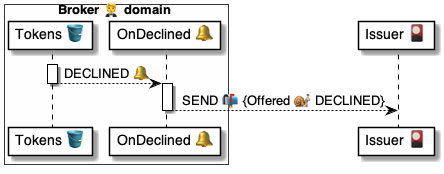
Before: 4 ⚙️ Solution/20 🧑‍🦰 UI/Brokers 🤵/🤵🪣 Broker tables/Tokens 🎫 table/🪣🧱 14 Declined 🔔 event/🤵 OnTokenDeclined ⚙️ uml.png, a diagram exported from PlantUML (pollyweb-org/pollyweb-docs). Its source is kept beside it as 4 ⚙️ Solution/20 🧑‍🦰 UI/Brokers 🤵/🤵🪣 Broker tables/Tokens 🎫 table/🪣🧱 14 Declined 🔔 event/🤵 OnTokenDeclined ⚙️ uml.puml. Its diagram source:
```plantuml
@startuml OnTokenOffered

box Broker 🤵 domain #FFFFFA
    participant "Tokens 🪣" as tokens
    participant "OnDeclined 🔔" as declined
end box
participant "Issuer 🎴" as issuer



activate tokens
    tokens --> declined: DECLINED 🔔
deactivate tokens

activate declined
    declined --> issuer: SEND 📬 {Offered 🐌 DECLINED}
deactivate declined


@enduml
```
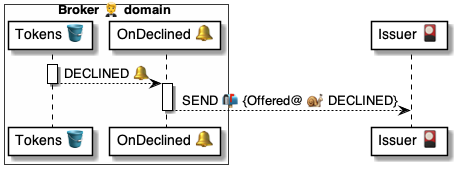
The same file after the commit.

What changed in the source:
```diff
@@ -13,7 +13,7 @@
 deactivate tokens
 
 activate declined
-    declined --> issuer: SEND 📬 {Offered 🐌 DECLINED}
+    declined --> issuer: SEND 📬 {Offered@ 🐌 DECLINED}
 deactivate declined
 
 
```
